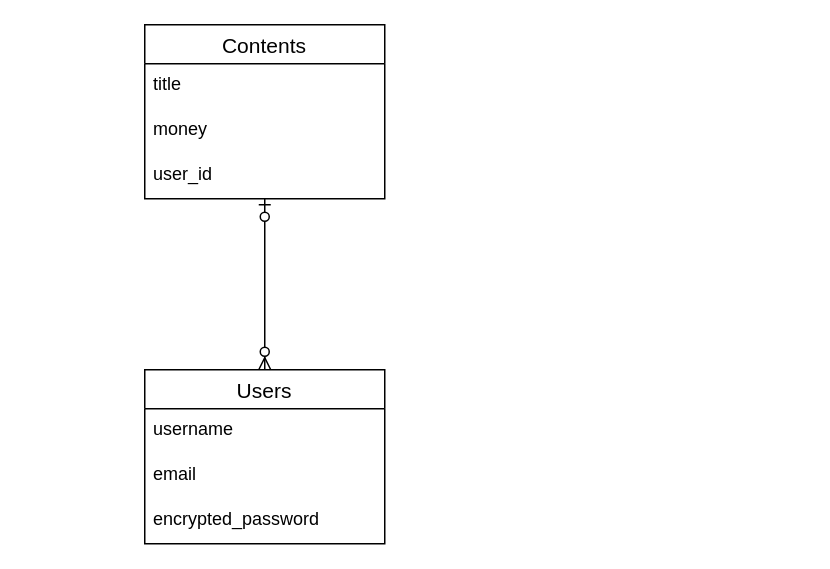
Above: table.dio in T-70ya/Wasmo (draw.io), before the change. Source tidied: cells renumbered, new cells numbered last; positions are measured from the earlier drawing's top-left corner, leaving out a move shared by most shapes. Both pictures are drawn from the tidied source at 150%, with x=0, y=0 at pixel (144, 24).
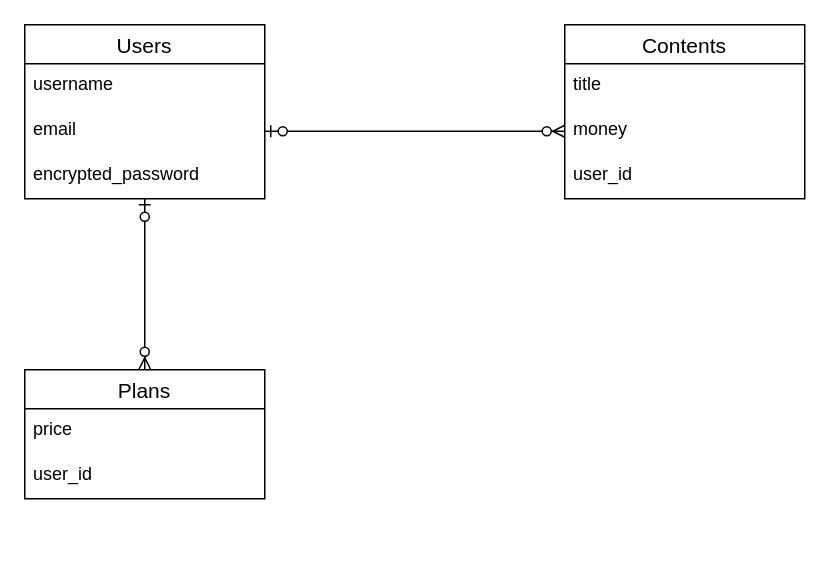
The same diagram, later.

The edit, as a diff of the source:
```diff
@@
 <mxGraphModel>
   <root>
     <mxCell id="0" />
     <mxCell id="1" parent="0" />
     <mxCell id="2" value="Contents" style="swimlane;fontStyle=0;horizontal=1;startSize=26;align=center;fontSize=14;" parent="1" vertex="1">
-      <mxGeometry width="160" height="116" as="geometry" />
+      <mxGeometry x="280" width="160" height="116" as="geometry" />
     </mxCell>
     <mxCell id="3" value="title" style="text;strokeColor=none;fillColor=none;spacingLeft=4;spacingRight=4;overflow=hidden;fontSize=12;" parent="2" vertex="1">
       <mxGeometry y="26" width="160" height="30" as="geometry" />
     </mxCell>
     <mxCell id="4" value="money&#10;" style="text;strokeColor=none;fillColor=none;spacingLeft=4;spacingRight=4;overflow=hidden;points=[[0,0.5],[1,0.5]];portConstraint=eastwest;fontSize=12;" parent="2" vertex="1">
       <mxGeometry y="56" width="160" height="30" as="geometry" />
     </mxCell>
     <mxCell id="5" value="user_id" style="text;strokeColor=none;fillColor=none;spacingLeft=4;spacingRight=4;overflow=hidden;fontSize=12;" parent="2" vertex="1">
       <mxGeometry y="86" width="160" height="30" as="geometry" />
     </mxCell>
     <mxCell id="6" value="Users" style="swimlane;fontStyle=0;horizontal=1;startSize=26;align=center;fontSize=14;" parent="1" vertex="1">
-      <mxGeometry y="230" width="160" height="116" as="geometry" />
+      <mxGeometry x="-80" width="160" height="116" as="geometry" />
     </mxCell>
     <mxCell id="7" value="username" style="text;strokeColor=none;fillColor=none;spacingLeft=4;spacingRight=4;overflow=hidden;fontSize=12;" parent="6" vertex="1">
       <mxGeometry y="26" width="160" height="30" as="geometry" />
     </mxCell>
     <mxCell id="8" value="email" style="text;strokeColor=none;fillColor=none;spacingLeft=4;spacingRight=4;overflow=hidden;points=[[0,0.5],[1,0.5]];portConstraint=eastwest;fontSize=12;" parent="6" vertex="1">
       <mxGeometry y="56" width="160" height="30" as="geometry" />
     </mxCell>
     <mxCell id="9" value="encrypted_password" style="text;strokeColor=none;fillColor=none;spacingLeft=4;spacingRight=4;overflow=hidden;points=[[0,0.5],[1,0.5]];portConstraint=eastwest;fontSize=12;" parent="6" vertex="1">
       <mxGeometry y="86" width="160" height="30" as="geometry" />
     </mxCell>
-    <mxCell id="10" style="fontSize=12;html=1;endArrow=ERzeroToMany;startArrow=ERzeroToOne;exitX=0.5;exitY=1;exitDx=0;exitDy=0;" parent="1" edge="1" source="2" target="6">
-      <mxGeometry relative="1" as="geometry">
-        <Array as="points">
-          <mxPoint x="80" y="120" />
-        </Array>
-      </mxGeometry>
-    </mxCell>
+    <mxCell id="11" value="Plans" style="swimlane;fontStyle=0;horizontal=1;startSize=26;align=center;fontSize=14;" parent="1" vertex="1">
+      <mxGeometry x="-80" y="230" width="160" height="86" as="geometry" />
+    </mxCell>
+    <mxCell id="12" value="price" style="text;strokeColor=none;fillColor=none;spacingLeft=4;spacingRight=4;overflow=hidden;fontSize=12;" parent="11" vertex="1">
+      <mxGeometry y="26" width="160" height="30" as="geometry" />
+    </mxCell>
+    <mxCell id="13" value="user_id" style="text;strokeColor=none;fillColor=none;spacingLeft=4;spacingRight=4;overflow=hidden;fontSize=12;" parent="11" vertex="1">
+      <mxGeometry y="56" width="160" height="30" as="geometry" />
+    </mxCell>
+    <mxCell id="14" style="edgeStyle=entityRelationEdgeStyle;fontSize=12;html=1;endArrow=ERzeroToMany;startArrow=ERzeroToOne;exitX=1;exitY=0.5;exitDx=0;exitDy=0;entryX=0;entryY=0.5;entryDx=0;entryDy=0;" parent="1" edge="1" source="8" target="4">
+      <mxGeometry relative="1" as="geometry" />
+    </mxCell>
+    <mxCell id="15" style="fontSize=12;html=1;endArrow=ERzeroToMany;startArrow=ERzeroToOne;entryX=0.5;entryY=0;entryDx=0;entryDy=0;" parent="1" edge="1" source="9" target="11">
+      <mxGeometry relative="1" as="geometry" />
+    </mxCell>
   </root>
 </mxGraphModel>
```
